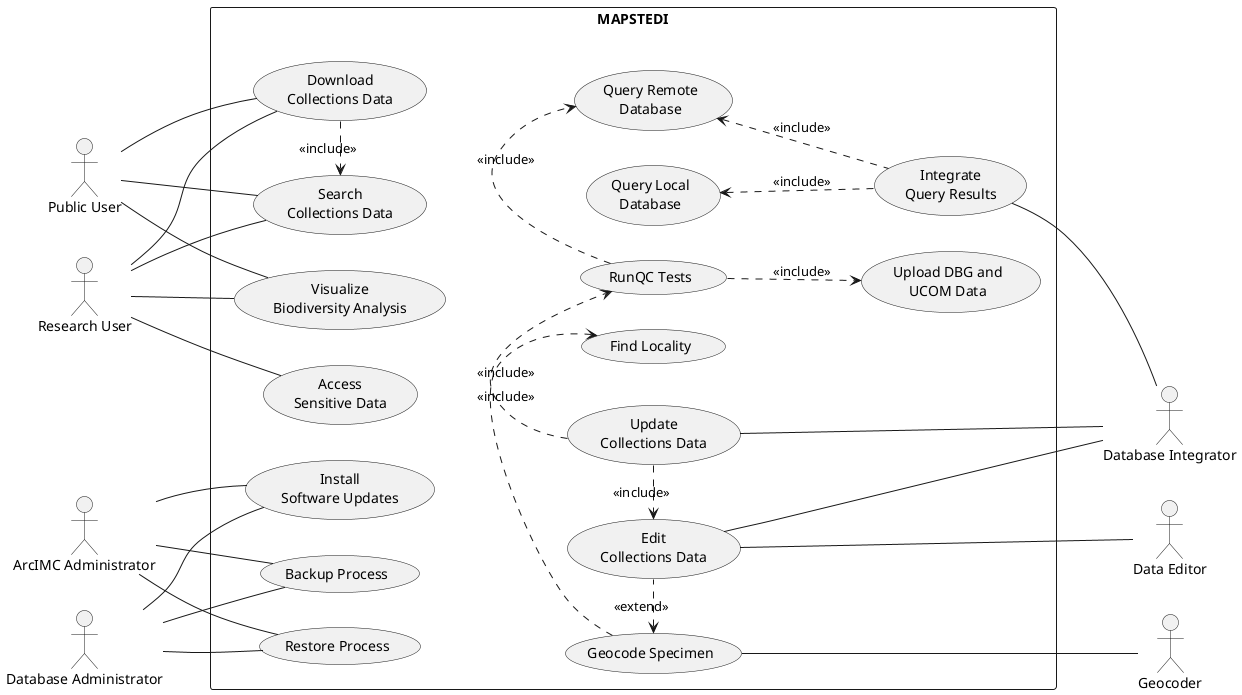
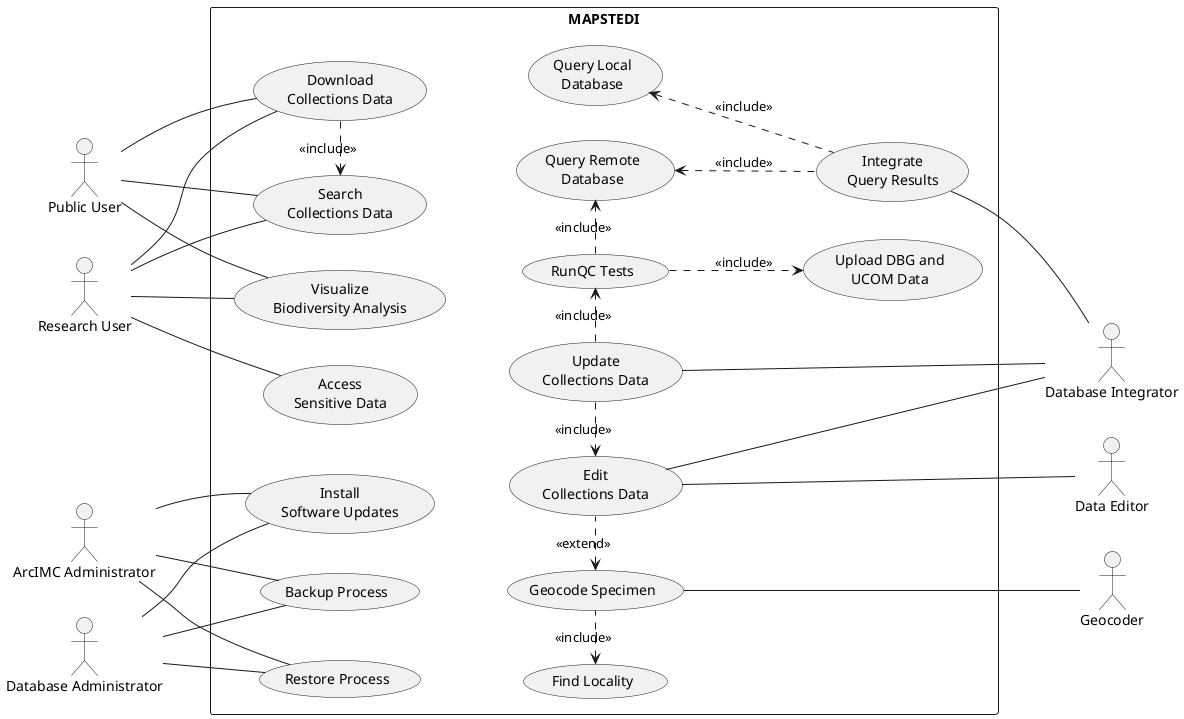
@startuml MAPSTEDI_UseCaseModel

left to right direction

' ---------- Actors ----------
actor "Public User"            as PublicUser
actor "Research User"          as ResearchUser

actor "ArcIMC Administrator"   as ArcIMCAdmin
actor "Database Administrator" as DBAdmin

together {
  actor "Geocoder"               as Geocoder
  actor "Database Integrator"    as DBIntegrator
  actor "Data Editor"            as DataEditor
}

rectangle MAPSTEDI {

  ' ----- Database Access -----
  together {
    together {
      usecase "Download\nCollections Data"       as UC_Download
      usecase "Search\nCollections Data"         as UC_Search
    }
    usecase "Visualize\nBiodiversity Analysis" as UC_Visualize
    usecase "Access\nSensitive Data"           as UC_AccessSensitive
  }

-   together {
-     ' ----- Administrative Process -----
-     usecase "Backup Process"           as UC_Backup
-     usecase "Restore Process"          as UC_Restore
-     usecase "Install\nSoftware Updates" as UC_Install
-   }
+   ' ----- Administrative Process -----
+   usecase "Backup Process"           as UC_Backup
+   usecase "Restore Process"          as UC_Restore
+   usecase "Install\nSoftware Updates" as UC_Install

  usecase "RunQC Tests"              as UC_RunQC
  usecase "Query Remote\nDatabase" as UC_QueryRemote

  usecase "Upload DBG and\nUCOM Data" as UC_Upload

  usecase "Integrate\nQuery Results"  as UC_Integrate

  usecase "Query Local\nDatabase"  as UC_QueryLocal

  ' ----- Database Edits -----
  usecase "Edit\nCollections Data"    as UC_Edit
  usecase "Update\nCollections Data"  as UC_Update

  usecase "Geocode Specimen" as UC_Geocode
  usecase "Find Locality"    as UC_FindLocality
}

' ---------- Actor associations ----------
PublicUser   -- UC_Download
PublicUser   -- UC_Search
PublicUser   -- UC_Visualize

ResearchUser -- UC_Download
ResearchUser -- UC_Search
ResearchUser -- UC_Visualize
ResearchUser -- UC_AccessSensitive

ArcIMCAdmin  -- UC_Backup
ArcIMCAdmin  -- UC_Restore
ArcIMCAdmin  -- UC_Install

DBAdmin      -- UC_Backup
DBAdmin      -- UC_Restore
DBAdmin      -- UC_Install

DBIntegrator -u- UC_Integrate
DBIntegrator -u- UC_Update
DBIntegrator -u- UC_Edit

Geocoder     -u- UC_Geocode
DataEditor   -u- UC_Edit

' ---------- Include / Extend ----------
- UC_Download    ..r..> UC_Search       : <<include>>
+ UC_Download    .r.> UC_Search       : <<include>>

UC_Integrate   .u.> UC_QueryLocal   : <<include>>
UC_Integrate   .u.> UC_QueryRemote  : <<include>>
UC_Update      .r.> UC_Edit         : <<include>>
UC_Update      .r.> UC_RunQC        : <<include>>

UC_RunQC       .r.> UC_QueryRemote  : <<include>>
UC_RunQC       .d.> UC_Upload       : <<include>>

UC_Edit        .l.> UC_Geocode      : <<extend>>
UC_Geocode     .l.> UC_FindLocality : <<include>>

UC_Search -[hidden]d-> UC_QueryLocal
UC_Restore -[hidden]-> UC_FindLocality
UC_Integrate -[hidden]l-> UC_Upload

@enduml
